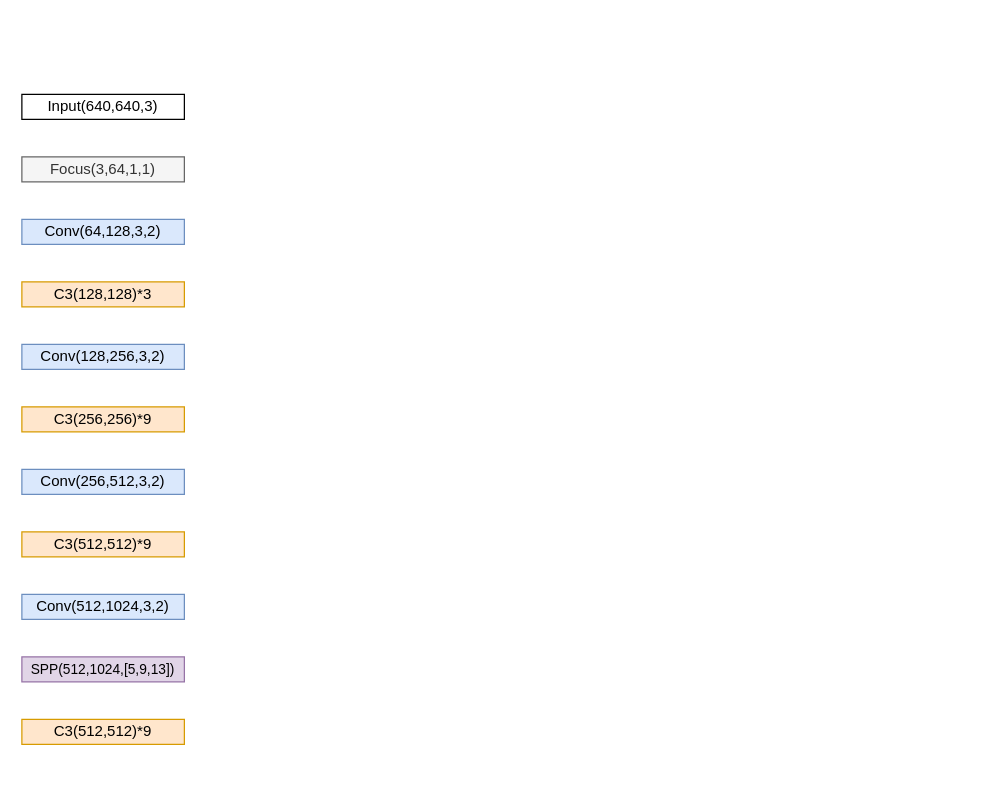
Above: data/vec_files/YOLOv5.drawio in duoduodanmohen/opencv (draw.io), before the change. Source tidied: cells renumbered, new cells numbered last; positions are measured from the earlier drawing's top-left corner, leaving out a move shared by most shapes. Both pictures are drawn from the tidied source at 125%, with x=0, y=0 at pixel (21, 94).
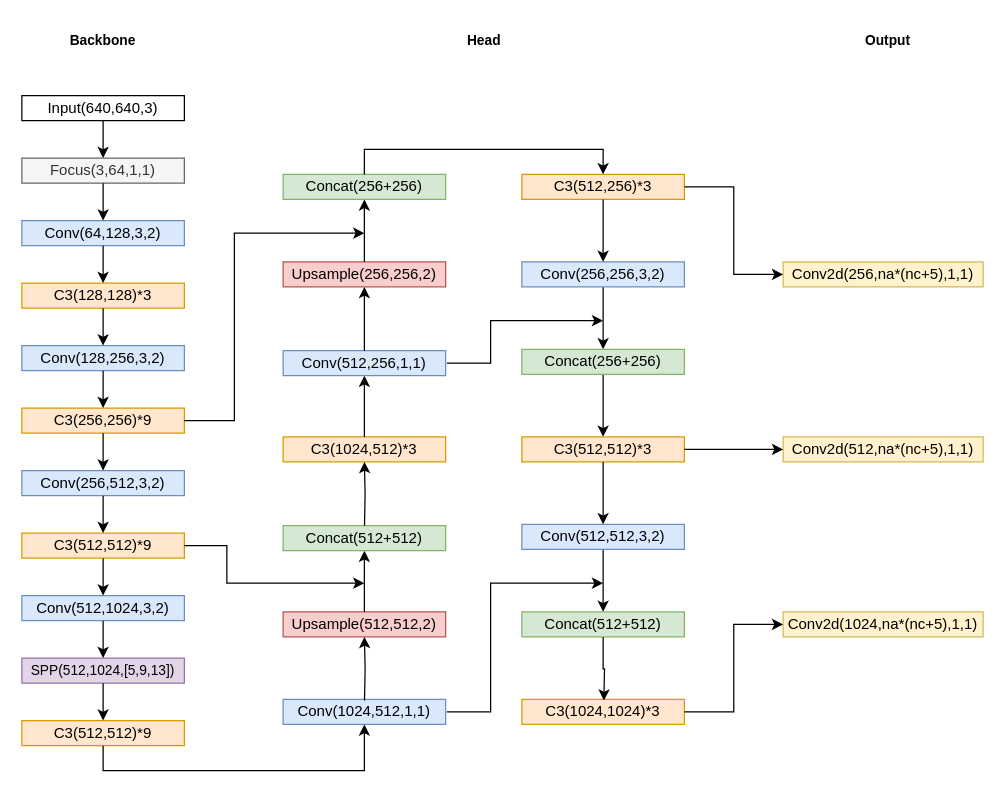
The same page after the edit.

The edit, as a diff of the source:
```diff
@@
+    <mxCell id="13" style="group;" parent="1" vertex="1">
+      <mxGeometry y="-58" width="769" height="579" as="geometry" />
+    </mxCell>
+    <mxCell id="14" style="group;" parent="13" vertex="1">
+      <mxGeometry y="59" width="130" height="520" as="geometry" />
+    </mxCell>
-    <mxCell id="2" value="Input(640,640,3)" style="rounded=0;whiteSpace=wrap;html=1;" parent="1" vertex="1">
+    <mxCell id="2" value="Input(640,640,3)" style="rounded=0;whiteSpace=wrap;html=1;" parent="14" vertex="1">
       <mxGeometry width="130" height="20" as="geometry" />
     </mxCell>
-    <mxCell id="3" value="Focus(3,64,1,1)" style="rounded=0;whiteSpace=wrap;html=1;fillColor=#f5f5f5;strokeColor=#666666;fontColor=#333333;" parent="1" vertex="1">
+    <mxCell id="3" value="Focus(3,64,1,1)" style="rounded=0;whiteSpace=wrap;html=1;fillColor=#f5f5f5;strokeColor=#666666;fontColor=#333333;" parent="14" vertex="1">
       <mxGeometry y="50" width="130" height="20" as="geometry" />
     </mxCell>
+    <mxCell id="15" style="edgeStyle=orthogonalEdgeStyle;rounded=0;jettySize=auto;html=1;exitX=0.5;exitY=1;exitDx=0;exitDy=0;entryX=0.5;entryY=0;entryDx=0;entryDy=0;fontSize=11;" parent="14" edge="1" source="2" target="3">
+      <mxGeometry relative="1" as="geometry" />
+    </mxCell>
-    <mxCell id="4" value="Conv(64,128,3,2)" style="rounded=0;whiteSpace=wrap;html=1;fillColor=#dae8fc;strokeColor=#6c8ebf;" parent="1" vertex="1">
+    <mxCell id="4" value="Conv(64,128,3,2)" style="rounded=0;whiteSpace=wrap;html=1;fillColor=#dae8fc;strokeColor=#6c8ebf;" parent="14" vertex="1">
       <mxGeometry y="100" width="130" height="20" as="geometry" />
     </mxCell>
+    <mxCell id="16" style="edgeStyle=orthogonalEdgeStyle;rounded=0;jettySize=auto;html=1;exitX=0.5;exitY=1;exitDx=0;exitDy=0;fontSize=11;" parent="14" edge="1" source="3" target="4">
+      <mxGeometry relative="1" as="geometry" />
+    </mxCell>
-    <mxCell id="5" value="C3(128,128)*3" style="rounded=0;whiteSpace=wrap;html=1;fillColor=#ffe6cc;strokeColor=#d79b00;" parent="1" vertex="1">
+    <mxCell id="5" value="C3(128,128)*3" style="rounded=0;whiteSpace=wrap;html=1;fillColor=#ffe6cc;strokeColor=#d79b00;" parent="14" vertex="1">
       <mxGeometry y="150" width="130" height="20" as="geometry" />
     </mxCell>
+    <mxCell id="17" style="edgeStyle=orthogonalEdgeStyle;rounded=0;jettySize=auto;html=1;exitX=0.5;exitY=1;exitDx=0;exitDy=0;entryX=0.5;entryY=0;entryDx=0;entryDy=0;fontSize=11;" parent="14" edge="1" source="4" target="5">
+      <mxGeometry relative="1" as="geometry" />
+    </mxCell>
-    <mxCell id="6" value="Conv(128,256,3,2)" style="rounded=0;whiteSpace=wrap;html=1;fillColor=#dae8fc;strokeColor=#6c8ebf;" parent="1" vertex="1">
+    <mxCell id="6" value="Conv(128,256,3,2)" style="rounded=0;whiteSpace=wrap;html=1;fillColor=#dae8fc;strokeColor=#6c8ebf;" parent="14" vertex="1">
       <mxGeometry y="200" width="130" height="20" as="geometry" />
     </mxCell>
+    <mxCell id="18" style="edgeStyle=orthogonalEdgeStyle;rounded=0;jettySize=auto;html=1;exitX=0.5;exitY=1;exitDx=0;exitDy=0;entryX=0.5;entryY=0;entryDx=0;entryDy=0;fontSize=11;" parent="14" edge="1" source="5" target="6">
+      <mxGeometry relative="1" as="geometry" />
+    </mxCell>
-    <mxCell id="7" value="C3(256,256)*9" style="rounded=0;whiteSpace=wrap;html=1;fillColor=#ffe6cc;strokeColor=#d79b00;" parent="1" vertex="1">
+    <mxCell id="7" value="C3(256,256)*9" style="rounded=0;whiteSpace=wrap;html=1;fillColor=#ffe6cc;strokeColor=#d79b00;" parent="14" vertex="1">
       <mxGeometry y="250" width="130" height="20" as="geometry" />
     </mxCell>
+    <mxCell id="19" style="edgeStyle=orthogonalEdgeStyle;rounded=0;jettySize=auto;html=1;exitX=0.5;exitY=1;exitDx=0;exitDy=0;entryX=0.5;entryY=0;entryDx=0;entryDy=0;fontSize=11;" parent="14" edge="1" source="6" target="7">
+      <mxGeometry relative="1" as="geometry" />
+    </mxCell>
-    <mxCell id="8" value="Conv(256,512,3,2)" style="rounded=0;whiteSpace=wrap;html=1;fillColor=#dae8fc;strokeColor=#6c8ebf;" parent="1" vertex="1">
+    <mxCell id="8" value="Conv(256,512,3,2)" style="rounded=0;whiteSpace=wrap;html=1;fillColor=#dae8fc;strokeColor=#6c8ebf;" parent="14" vertex="1">
       <mxGeometry y="300" width="130" height="20" as="geometry" />
     </mxCell>
+    <mxCell id="20" style="edgeStyle=orthogonalEdgeStyle;rounded=0;jettySize=auto;html=1;exitX=0.5;exitY=1;exitDx=0;exitDy=0;entryX=0.5;entryY=0;entryDx=0;entryDy=0;fontSize=11;" parent="14" edge="1" source="7" target="8">
+      <mxGeometry relative="1" as="geometry" />
+    </mxCell>
-    <mxCell id="9" value="C3(512,512)*9" style="rounded=0;whiteSpace=wrap;html=1;fillColor=#ffe6cc;strokeColor=#d79b00;" parent="1" vertex="1">
+    <mxCell id="9" value="C3(512,512)*9" style="rounded=0;whiteSpace=wrap;html=1;fillColor=#ffe6cc;strokeColor=#d79b00;" parent="14" vertex="1">
       <mxGeometry y="350" width="130" height="20" as="geometry" />
     </mxCell>
+    <mxCell id="21" style="edgeStyle=orthogonalEdgeStyle;rounded=0;jettySize=auto;html=1;exitX=0.5;exitY=1;exitDx=0;exitDy=0;entryX=0.5;entryY=0;entryDx=0;entryDy=0;fontSize=11;" parent="14" edge="1" source="8" target="9">
+      <mxGeometry relative="1" as="geometry" />
+    </mxCell>
-    <mxCell id="10" value="Conv(512,1024,3,2)" style="rounded=0;whiteSpace=wrap;html=1;fillColor=#dae8fc;strokeColor=#6c8ebf;" parent="1" vertex="1">
+    <mxCell id="10" value="Conv(512,1024,3,2)" style="rounded=0;whiteSpace=wrap;html=1;fillColor=#dae8fc;strokeColor=#6c8ebf;" parent="14" vertex="1">
       <mxGeometry y="400" width="130" height="20" as="geometry" />
     </mxCell>
+    <mxCell id="22" style="edgeStyle=orthogonalEdgeStyle;rounded=0;jettySize=auto;html=1;exitX=0.5;exitY=1;exitDx=0;exitDy=0;entryX=0.5;entryY=0;entryDx=0;entryDy=0;fontSize=11;" parent="14" edge="1" source="9" target="10">
+      <mxGeometry relative="1" as="geometry" />
+    </mxCell>
-    <mxCell id="11" value="&lt;font style=&quot;font-size: 11px&quot;&gt;SPP(512,1024,[5,9,13])&lt;/font&gt;" style="rounded=0;whiteSpace=wrap;html=1;fillColor=#e1d5e7;strokeColor=#9673a6;" parent="1" vertex="1">
+    <mxCell id="11" value="&lt;font style=&quot;font-size: 11px&quot;&gt;SPP(512,1024,[5,9,13])&lt;/font&gt;" style="rounded=0;whiteSpace=wrap;html=1;fillColor=#e1d5e7;strokeColor=#9673a6;" parent="14" vertex="1">
       <mxGeometry y="450" width="130" height="20" as="geometry" />
     </mxCell>
+    <mxCell id="23" style="edgeStyle=orthogonalEdgeStyle;rounded=0;jettySize=auto;html=1;exitX=0.5;exitY=1;exitDx=0;exitDy=0;entryX=0.5;entryY=0;entryDx=0;entryDy=0;fontSize=11;" parent="14" edge="1" source="10" target="11">
+      <mxGeometry relative="1" as="geometry" />
+    </mxCell>
-    <mxCell id="12" value="C3(512,512)*9" style="rounded=0;whiteSpace=wrap;html=1;fillColor=#ffe6cc;strokeColor=#d79b00;" parent="1" vertex="1">
+    <mxCell id="12" value="C3(512,512)*9" style="rounded=0;whiteSpace=wrap;html=1;fillColor=#ffe6cc;strokeColor=#d79b00;" parent="14" vertex="1">
       <mxGeometry y="500" width="130" height="20" as="geometry" />
     </mxCell>
+    <mxCell id="24" style="edgeStyle=orthogonalEdgeStyle;rounded=0;jettySize=auto;html=1;exitX=0.5;exitY=1;exitDx=0;exitDy=0;entryX=0.5;entryY=0;entryDx=0;entryDy=0;fontSize=11;" parent="14" edge="1" source="11" target="12">
+      <mxGeometry relative="1" as="geometry" />
+    </mxCell>
+    <mxCell id="25" style="group;" parent="13" vertex="1">
+      <mxGeometry x="209" y="122" width="130" height="440" as="geometry" />
+    </mxCell>
+    <mxCell id="26" value="Conv(1024,512,1,1)" style="rounded=0;whiteSpace=wrap;html=1;fillColor=#dae8fc;strokeColor=#6c8ebf;" parent="25" vertex="1">
+      <mxGeometry y="420" width="130" height="20" as="geometry" />
+    </mxCell>
+    <mxCell id="27" value="Upsample(512,512,2)" style="rounded=0;whiteSpace=wrap;html=1;fillColor=#f8cecc;strokeColor=#b85450;" parent="25" vertex="1">
+      <mxGeometry y="350" width="130" height="20" as="geometry" />
+    </mxCell>
+    <mxCell id="28" style="edgeStyle=orthogonalEdgeStyle;rounded=0;jettySize=auto;html=1;exitX=0.5;exitY=0;exitDx=0;exitDy=0;entryX=0.5;entryY=1;entryDx=0;entryDy=0;fontSize=11;" parent="25" edge="1" source="27" target="29">
+      <mxGeometry relative="1" as="geometry" />
+    </mxCell>
+    <mxCell id="29" value="Concat(512+512)" style="rounded=0;whiteSpace=wrap;html=1;fillColor=#d5e8d4;strokeColor=#82b366;" parent="25" vertex="1">
+      <mxGeometry y="281" width="130" height="20" as="geometry" />
+    </mxCell>
+    <mxCell id="30" value="C3(1024,512)*3" style="rounded=0;whiteSpace=wrap;html=1;fillColor=#ffe6cc;strokeColor=#d79b00;" parent="25" vertex="1">
+      <mxGeometry y="210" width="130" height="20" as="geometry" />
+    </mxCell>
+    <mxCell id="31" style="edgeStyle=orthogonalEdgeStyle;rounded=0;jettySize=auto;html=1;fontSize=11;entryX=0.5;entryY=1;entryDx=0;entryDy=0;" parent="25" edge="1" source="30" target="32">
+      <mxGeometry relative="1" as="geometry" />
+    </mxCell>
+    <mxCell id="32" value="Conv(512,256,1,1)" style="rounded=0;whiteSpace=wrap;html=1;fillColor=#dae8fc;strokeColor=#6c8ebf;" parent="25" vertex="1">
+      <mxGeometry y="141" width="130" height="20" as="geometry" />
+    </mxCell>
+    <mxCell id="33" style="edgeStyle=orthogonalEdgeStyle;rounded=0;jettySize=auto;html=1;exitX=0.5;exitY=0;exitDx=0;exitDy=0;entryX=0.5;entryY=1;entryDx=0;entryDy=0;fontSize=11;" parent="25" edge="1" source="32" target="34">
+      <mxGeometry relative="1" as="geometry" />
+    </mxCell>
+    <mxCell id="34" value="Upsample(256,256,2)" style="rounded=0;whiteSpace=wrap;html=1;fillColor=#f8cecc;strokeColor=#b85450;" parent="25" vertex="1">
+      <mxGeometry y="70" width="130" height="20" as="geometry" />
+    </mxCell>
+    <mxCell id="35" style="edgeStyle=orthogonalEdgeStyle;rounded=0;jettySize=auto;html=1;exitX=0.5;exitY=0;exitDx=0;exitDy=0;entryX=0.5;entryY=1;entryDx=0;entryDy=0;fontSize=11;" parent="25" edge="1" source="34" target="36">
+      <mxGeometry relative="1" as="geometry" />
+    </mxCell>
+    <mxCell id="36" value="Concat(256+256)" style="rounded=0;whiteSpace=wrap;html=1;fillColor=#d5e8d4;strokeColor=#82b366;" parent="25" vertex="1">
+      <mxGeometry width="130" height="20" as="geometry" />
+    </mxCell>
+    <mxCell id="37" style="group;" parent="13" vertex="1">
+      <mxGeometry x="400" y="122" width="130" height="440" as="geometry" />
+    </mxCell>
+    <mxCell id="38" value="C3(512,256)*3" style="rounded=0;whiteSpace=wrap;html=1;fillColor=#ffe6cc;strokeColor=#d79b00;" parent="37" vertex="1">
+      <mxGeometry width="130" height="20" as="geometry" />
+    </mxCell>
+    <mxCell id="39" style="edgeStyle=orthogonalEdgeStyle;rounded=0;jettySize=auto;html=1;exitX=0.5;exitY=1;exitDx=0;exitDy=0;entryX=0.5;entryY=0;entryDx=0;entryDy=0;fontSize=11;" parent="37" edge="1" source="40" target="43">
+      <mxGeometry relative="1" as="geometry" />
+    </mxCell>
+    <mxCell id="40" value="Conv(256,256,3,2)" style="rounded=0;whiteSpace=wrap;html=1;fillColor=#dae8fc;strokeColor=#6c8ebf;" parent="37" vertex="1">
+      <mxGeometry y="70" width="130" height="20" as="geometry" />
+    </mxCell>
+    <mxCell id="41" style="edgeStyle=orthogonalEdgeStyle;rounded=0;jettySize=auto;html=1;exitX=0.5;exitY=1;exitDx=0;exitDy=0;entryX=0.5;entryY=0;entryDx=0;entryDy=0;fontSize=11;" parent="37" edge="1" source="38" target="40">
+      <mxGeometry relative="1" as="geometry" />
+    </mxCell>
+    <mxCell id="42" style="edgeStyle=orthogonalEdgeStyle;rounded=0;jettySize=auto;html=1;exitX=0.5;exitY=1;exitDx=0;exitDy=0;entryX=0.5;entryY=0;entryDx=0;entryDy=0;fontSize=11;" parent="37" edge="1" source="43" target="44">
+      <mxGeometry relative="1" as="geometry" />
+    </mxCell>
+    <mxCell id="43" value="Concat(256+256)" style="rounded=0;whiteSpace=wrap;html=1;fillColor=#d5e8d4;strokeColor=#82b366;" parent="37" vertex="1">
+      <mxGeometry y="140" width="130" height="20" as="geometry" />
+    </mxCell>
+    <mxCell id="44" value="C3(512,512)*3" style="rounded=0;whiteSpace=wrap;html=1;fillColor=#ffe6cc;strokeColor=#d79b00;" parent="37" vertex="1">
+      <mxGeometry y="210" width="130" height="20" as="geometry" />
+    </mxCell>
+    <mxCell id="45" style="edgeStyle=orthogonalEdgeStyle;rounded=0;jettySize=auto;html=1;exitX=0.5;exitY=1;exitDx=0;exitDy=0;entryX=0.5;entryY=0;entryDx=0;entryDy=0;fontSize=11;" parent="37" edge="1" source="46" target="48">
+      <mxGeometry relative="1" as="geometry" />
+    </mxCell>
+    <mxCell id="46" value="Conv(512,512,3,2)" style="rounded=0;whiteSpace=wrap;html=1;fillColor=#dae8fc;strokeColor=#6c8ebf;" parent="37" vertex="1">
+      <mxGeometry y="280" width="130" height="20" as="geometry" />
+    </mxCell>
+    <mxCell id="47" style="edgeStyle=orthogonalEdgeStyle;rounded=0;jettySize=auto;html=1;exitX=0.5;exitY=1;exitDx=0;exitDy=0;entryX=0.5;entryY=0;entryDx=0;entryDy=0;fontSize=11;" parent="37" edge="1" source="44" target="46">
+      <mxGeometry relative="1" as="geometry" />
+    </mxCell>
+    <mxCell id="48" value="Concat(512+512)" style="rounded=0;whiteSpace=wrap;html=1;fillColor=#d5e8d4;strokeColor=#82b366;" parent="37" vertex="1">
+      <mxGeometry y="350" width="130" height="20" as="geometry" />
+    </mxCell>
+    <mxCell id="49" value="C3(1024,1024)*3" style="rounded=0;whiteSpace=wrap;html=1;fillColor=#ffe6cc;strokeColor=#d79b00;" parent="37" vertex="1">
+      <mxGeometry y="420" width="130" height="20" as="geometry" />
+    </mxCell>
+    <mxCell id="50" style="edgeStyle=orthogonalEdgeStyle;rounded=0;jettySize=auto;html=1;exitX=0.5;exitY=1;exitDx=0;exitDy=0;fontSize=11;entryX=0.5;entryY=1;entryDx=0;entryDy=0;" parent="13" edge="1" target="30">
+      <mxGeometry relative="1" as="geometry">
+        <mxPoint x="274.1" y="403" as="sourcePoint" />
+      </mxGeometry>
+    </mxCell>
+    <mxCell id="51" style="edgeStyle=orthogonalEdgeStyle;rounded=0;jettySize=auto;html=1;exitX=0.5;exitY=1;exitDx=0;exitDy=0;fontSize=11;entryX=0.5;entryY=1;entryDx=0;entryDy=0;" parent="13" edge="1" target="27">
+      <mxGeometry relative="1" as="geometry">
+        <mxPoint x="274.1" y="543" as="sourcePoint" />
+      </mxGeometry>
+    </mxCell>
+    <mxCell id="52" style="edgeStyle=orthogonalEdgeStyle;rounded=0;jettySize=auto;html=1;exitX=0.5;exitY=1;exitDx=0;exitDy=0;fontSize=11;" parent="13" edge="1" source="48">
+      <mxGeometry relative="1" as="geometry">
+        <mxPoint x="465.6" y="543" as="targetPoint" />
+      </mxGeometry>
+    </mxCell>
+    <mxCell id="53" value="Backbone" style="text;html=1;strokeColor=none;fillColor=none;align=center;verticalAlign=middle;whiteSpace=wrap;rounded=0;fontSize=11;strokeWidth=2;fontStyle=1;flipV=1;" parent="13" vertex="1">
+      <mxGeometry x="35" width="60" height="30" as="geometry" />
+    </mxCell>
+    <mxCell id="54" value="Head" style="text;html=1;strokeColor=none;fillColor=none;align=center;verticalAlign=middle;whiteSpace=wrap;rounded=0;fontSize=11;strokeWidth=2;fontStyle=1;flipV=1;" parent="13" vertex="1">
+      <mxGeometry x="340" width="60" height="30" as="geometry" />
+    </mxCell>
+    <mxCell id="55" value="Output" style="text;html=1;strokeColor=none;fillColor=none;align=center;verticalAlign=middle;whiteSpace=wrap;rounded=0;fontSize=11;strokeWidth=2;fontStyle=1;flipV=1;" parent="13" vertex="1">
+      <mxGeometry x="663" width="60" height="30" as="geometry" />
+    </mxCell>
+    <mxCell id="56" style="group;" parent="13" vertex="1">
+      <mxGeometry x="609" y="192" width="160" height="300" as="geometry" />
+    </mxCell>
+    <mxCell id="57" value="Conv2d(256,na*(nc+5),1,1)" style="rounded=0;whiteSpace=wrap;html=1;fillColor=#fff2cc;strokeColor=#d6b656;" parent="56" vertex="1">
+      <mxGeometry width="160" height="20" as="geometry" />
+    </mxCell>
+    <mxCell id="58" value="Conv2d(512,na*(nc+5),1,1)" style="rounded=0;whiteSpace=wrap;html=1;fillColor=#fff2cc;strokeColor=#d6b656;" parent="56" vertex="1">
+      <mxGeometry y="140" width="160" height="20" as="geometry" />
+    </mxCell>
+    <mxCell id="59" value="Conv2d(1024,na*(nc+5),1,1)" style="rounded=0;whiteSpace=wrap;html=1;fillColor=#fff2cc;strokeColor=#d6b656;" parent="56" vertex="1">
+      <mxGeometry y="280" width="160" height="20" as="geometry" />
+    </mxCell>
+    <mxCell id="60" style="edgeStyle=orthogonalEdgeStyle;rounded=0;orthogonalLoop=1;jettySize=auto;html=1;fontSize=11;" parent="13" edge="1">
+      <mxGeometry relative="1" as="geometry">
+        <mxPoint x="130" y="319" as="sourcePoint" />
+        <mxPoint x="274" y="169" as="targetPoint" />
+        <Array as="points">
+          <mxPoint x="170" y="319" />
+          <mxPoint x="170" y="169" />
+        </Array>
+      </mxGeometry>
+    </mxCell>
+    <mxCell id="61" style="edgeStyle=orthogonalEdgeStyle;rounded=0;jettySize=auto;html=1;exitX=0.5;exitY=1;exitDx=0;exitDy=0;entryX=0.5;entryY=1;entryDx=0;entryDy=0;fontSize=11;" parent="13" edge="1" source="12" target="26">
+      <mxGeometry relative="1" as="geometry" />
+    </mxCell>
+    <mxCell id="62" style="edgeStyle=orthogonalEdgeStyle;rounded=0;orthogonalLoop=1;jettySize=auto;html=1;fontSize=11;" parent="13" edge="1">
+      <mxGeometry relative="1" as="geometry">
+        <mxPoint x="130" y="419" as="sourcePoint" />
+        <mxPoint x="274" y="449" as="targetPoint" />
+        <Array as="points">
+          <mxPoint x="164" y="419" />
+          <mxPoint x="164" y="449" />
+        </Array>
+      </mxGeometry>
+    </mxCell>
+    <mxCell id="63" style="edgeStyle=orthogonalEdgeStyle;rounded=0;jettySize=auto;html=1;exitX=0.5;exitY=0;exitDx=0;exitDy=0;entryX=0.5;entryY=0;entryDx=0;entryDy=0;fontSize=11;" parent="13" edge="1" source="36" target="38">
+      <mxGeometry relative="1" as="geometry" />
+    </mxCell>
+    <mxCell id="64" style="edgeStyle=orthogonalEdgeStyle;rounded=0;orthogonalLoop=1;jettySize=auto;html=1;fontSize=11;" parent="13" edge="1">
+      <mxGeometry relative="1" as="geometry">
+        <mxPoint x="340" y="273" as="sourcePoint" />
+        <mxPoint x="465" y="239" as="targetPoint" />
+        <Array as="points">
+          <mxPoint x="375" y="273" />
+          <mxPoint x="375" y="239" />
+        </Array>
+      </mxGeometry>
+    </mxCell>
+    <mxCell id="65" style="edgeStyle=orthogonalEdgeStyle;rounded=0;orthogonalLoop=1;jettySize=auto;html=1;fontSize=11;" parent="13" edge="1">
+      <mxGeometry relative="1" as="geometry">
+        <mxPoint x="340" y="552" as="sourcePoint" />
+        <mxPoint x="465" y="449" as="targetPoint" />
+        <Array as="points">
+          <mxPoint x="375" y="552" />
+        </Array>
+      </mxGeometry>
+    </mxCell>
+    <mxCell id="66" style="edgeStyle=orthogonalEdgeStyle;rounded=0;jettySize=auto;html=1;exitX=1;exitY=0.5;exitDx=0;exitDy=0;entryX=0;entryY=0.5;entryDx=0;entryDy=0;fontSize=11;" parent="13" edge="1" source="49" target="59">
+      <mxGeometry relative="1" as="geometry" />
+    </mxCell>
+    <mxCell id="67" style="edgeStyle=orthogonalEdgeStyle;rounded=0;jettySize=auto;html=1;exitX=1;exitY=0.5;exitDx=0;exitDy=0;entryX=0;entryY=0.5;entryDx=0;entryDy=0;fontSize=11;" parent="13" edge="1" source="44" target="58">
+      <mxGeometry relative="1" as="geometry" />
+    </mxCell>
+    <mxCell id="68" style="edgeStyle=orthogonalEdgeStyle;rounded=0;jettySize=auto;html=1;exitX=1;exitY=0.5;exitDx=0;exitDy=0;entryX=0;entryY=0.5;entryDx=0;entryDy=0;fontSize=11;" parent="13" edge="1" source="38" target="57">
+      <mxGeometry relative="1" as="geometry" />
+    </mxCell>
```
